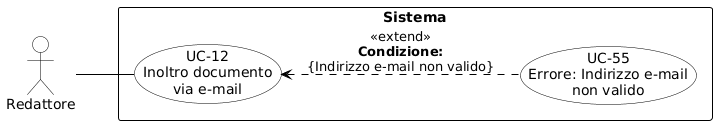
This is RTB/Analisi dei Requisiti/diagrammi_use_case/UC-12.png from aLittleByte-19/Documentazione, a PlantUML export, as it was before one commit. Source of this version:
```plantuml
@startuml
skinparam shadowing false
skinparam defaultFontName Arial
left to right direction
skinparam ranksep 50
skinparam nodesep 15

skinparam usecase {
    BackgroundColor white
    BorderColor black
    ArrowColor black
}
skinparam actor {
    BackgroundColor white
    BorderColor black
}
skinparam rectangle {
    BorderColor black
    FontStyle bold
}

actor "Redattore" as R

rectangle "Sistema" {
    usecase "UC-12\nInoltro documento\nvia e-mail" as UC12
    usecase "UC-55\nErrore: Indirizzo e-mail\nnon valido" as UC55

    UC12 <.. UC55 : <<extend>>\n**Condizione:**\n{Indirizzo e-mail non valido}
}

R -- UC12
@enduml
```
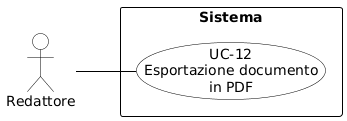
After the commit.

Diff of the diagram source:
```diff
@@ -2,8 +2,6 @@
 skinparam shadowing false
 skinparam defaultFontName Arial
 left to right direction
-skinparam ranksep 50
-skinparam nodesep 15
 
 skinparam usecase {
     BackgroundColor white
@@ -22,10 +20,7 @@
 actor "Redattore" as R
 
 rectangle "Sistema" {
-    usecase "UC-12\nInoltro documento\nvia e-mail" as UC12
-    usecase "UC-55\nErrore: Indirizzo e-mail\nnon valido" as UC55
-
-    UC12 <.. UC55 : <<extend>>\n**Condizione:**\n{Indirizzo e-mail non valido}
+    usecase "UC-12\nEsportazione documento\nin PDF" as UC12
 }
 
 R -- UC12
```
